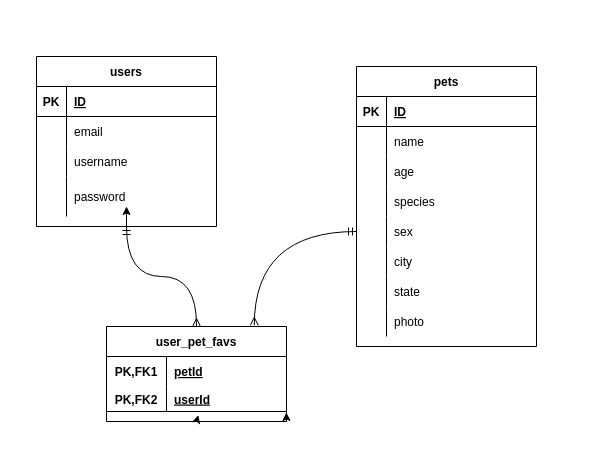
The draw.io diagram planErd.drawio in gracenarez333/walkie-doggie-proj-2, before the edit. Source tidied: cells renumbered, new cells numbered last; positions are measured from the earlier drawing's top-left corner, leaving out a move shared by most shapes. Both pictures are drawn from the tidied source at 100%, with x=0, y=0 at pixel (36, 56).
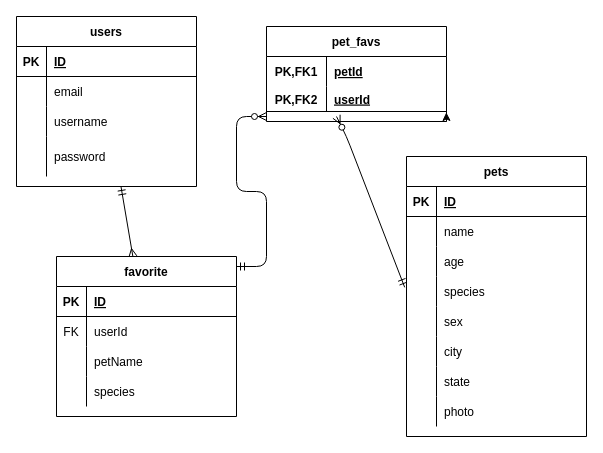
After the change.

The change refers to these unchanged cells:
```xml
<mxCell id="27" style="shape=partialRectangle;fillColor=none;top=0;left=0;bottom=0;right=0;points=[[0,0.5],[1,0.5]];portConstraint=eastwest;" parent="17" vertex="1">
  <mxGeometry y="120" width="180" height="30" as="geometry" />
</mxCell>
<mxCell id="30" style="shape=partialRectangle;fillColor=none;top=0;left=0;bottom=0;right=0;points=[[0,0.5],[1,0.5]];portConstraint=eastwest;" parent="17" vertex="1">
  <mxGeometry y="150" width="180" height="30" as="geometry" />
</mxCell>
<mxCell id="46" style="shape=partialRectangle;fillColor=none;top=0;left=0;bottom=1;right=0;points=[[0,0.5],[1,0.5]];portConstraint=eastwest;" parent="42" vertex="1">
  <mxGeometry y="60" width="180" height="25" as="geometry" />
</mxCell>
```

Change to the diagram source:
```diff
@@
-    <mxCell id="2" style="edgeStyle=none;html=1;exitX=0.5;exitY=1;exitDx=0;exitDy=0;" parent="1" edge="1" source="4">
-      <mxGeometry relative="1" as="geometry">
-        <mxPoint x="90" y="150" as="targetPoint" />
-      </mxGeometry>
-    </mxCell>
-    <mxCell id="3" style="edgeStyle=orthogonalEdgeStyle;html=1;exitX=0.5;exitY=1;exitDx=0;exitDy=0;startArrow=ERmandOne;startFill=0;endArrow=ERmany;endFill=0;curved=1;" parent="1" edge="1" source="4">
-      <mxGeometry relative="1" as="geometry">
-        <mxPoint x="160" y="270" as="targetPoint" />
-      </mxGeometry>
-    </mxCell>
+    <mxCell id="52" style="edgeStyle=none;html=1;startArrow=ERmandOne;startFill=0;endArrow=ERmany;endFill=0;" parent="1" edge="1" source="4" target="53">
+      <mxGeometry relative="1" as="geometry" />
+    </mxCell>
     <mxCell id="4" value="users" style="shape=table;startSize=30;childLayout=tableLayout;rowLines=0;fontStyle=1;align=center;" parent="1" vertex="1">
-      <mxGeometry width="180" height="170" as="geometry" />
+      <mxGeometry x="-20" y="-40" width="180" height="170" as="geometry" />
     </mxCell>
@@
     <mxCell id="17" value="pets" style="shape=table;startSize=30;childLayout=tableLayout;rowLines=0;fontStyle=1;align=center;" parent="1" vertex="1">
-      <mxGeometry x="320" y="10" width="180" height="280" as="geometry" />
+      <mxGeometry x="370" y="100" width="180" height="280" as="geometry" />
     </mxCell>
@@
-    <mxCell id="42" value="user_pet_favs" style="shape=table;startSize=30;childLayout=tableLayout;rowLines=0;fontStyle=1;align=center;" parent="1" vertex="1">
-      <mxGeometry x="70" y="270" width="180" height="95" as="geometry" />
+    <mxCell id="42" value="pet_favs" style="shape=table;startSize=30;childLayout=tableLayout;rowLines=0;fontStyle=1;align=center;" parent="1" vertex="1">
+      <mxGeometry x="230" y="-30" width="180" height="95" as="geometry" />
     </mxCell>
@@
-    <mxCell id="49" style="edgeStyle=none;html=1;exitX=0.5;exitY=1;exitDx=0;exitDy=0;entryX=0.51;entryY=1.139;entryDx=0;entryDy=0;entryPerimeter=0;" parent="42" edge="1" source="42" target="46">
-      <mxGeometry relative="1" as="geometry" />
-    </mxCell>
@@
-    <mxCell id="51" style="edgeStyle=orthogonalEdgeStyle;curved=1;html=1;exitX=0;exitY=0.5;exitDx=0;exitDy=0;entryX=0.821;entryY=-0.012;entryDx=0;entryDy=0;entryPerimeter=0;startArrow=ERmandOne;startFill=0;endArrow=ERmany;endFill=0;" parent="1" edge="1" source="30" target="42">
-      <mxGeometry relative="1" as="geometry" />
-    </mxCell>
+    <mxCell id="53" value="favorite" style="shape=table;startSize=30;childLayout=tableLayout;rowLines=0;fontStyle=1;align=center;swimlaneFillColor=default;" parent="1" vertex="1">
+      <mxGeometry x="20" y="200" width="180" height="160" as="geometry" />
+    </mxCell>
+    <mxCell id="54" style="shape=partialRectangle;fillColor=none;top=0;left=0;bottom=1;right=0;" parent="53" vertex="1">
+      <mxGeometry y="30" width="180" height="30" as="geometry" />
+    </mxCell>
+    <mxCell id="55" value="PK" style="shape=partialRectangle;fillColor=none;top=0;left=0;bottom=0;right=0;fontStyle=1;overflow=hidden;" parent="54" vertex="1">
+      <mxGeometry width="30" height="30" as="geometry" />
+    </mxCell>
+    <mxCell id="56" value="ID" style="shape=partialRectangle;fillColor=none;top=0;left=0;bottom=0;right=0;align=left;spacingLeft=6;fontStyle=5;overflow=hidden;" parent="54" vertex="1">
+      <mxGeometry x="30" width="150" height="30" as="geometry" />
+    </mxCell>
+    <mxCell id="57" style="shape=partialRectangle;fillColor=none;top=0;left=0;bottom=0;right=0;" parent="53" vertex="1">
+      <mxGeometry y="60" width="180" height="30" as="geometry" />
+    </mxCell>
+    <mxCell id="58" value="FK" style="shape=partialRectangle;fillColor=none;top=0;left=0;bottom=0;right=0;overflow=hidden;" parent="57" vertex="1">
+      <mxGeometry width="30" height="30" as="geometry" />
+    </mxCell>
+    <mxCell id="59" value="userId" style="shape=partialRectangle;fillColor=none;top=0;left=0;bottom=0;right=0;align=left;spacingLeft=6;overflow=hidden;" parent="57" vertex="1">
+      <mxGeometry x="30" width="150" height="30" as="geometry" />
+    </mxCell>
+    <mxCell id="60" style="shape=partialRectangle;fillColor=none;top=0;left=0;bottom=0;right=0;" parent="53" vertex="1">
+      <mxGeometry y="90" width="180" height="30" as="geometry" />
+    </mxCell>
+    <mxCell id="61" style="shape=partialRectangle;fillColor=none;top=0;left=0;bottom=0;right=0;overflow=hidden;" parent="60" vertex="1">
+      <mxGeometry width="30" height="30" as="geometry" />
+    </mxCell>
+    <mxCell id="62" value="petName" style="shape=partialRectangle;fillColor=none;top=0;left=0;bottom=0;right=0;align=left;spacingLeft=6;overflow=hidden;" parent="60" vertex="1">
+      <mxGeometry x="30" width="150" height="30" as="geometry" />
+    </mxCell>
+    <mxCell id="63" style="shape=partialRectangle;fillColor=none;top=0;left=0;bottom=0;right=0;" parent="53" vertex="1">
+      <mxGeometry y="120" width="180" height="30" as="geometry" />
+    </mxCell>
+    <mxCell id="64" style="shape=partialRectangle;fillColor=none;top=0;left=0;bottom=0;right=0;overflow=hidden;" parent="63" vertex="1">
+      <mxGeometry width="30" height="30" as="geometry" />
+    </mxCell>
+    <mxCell id="65" value="species" style="shape=partialRectangle;fillColor=none;top=0;left=0;bottom=0;right=0;align=left;spacingLeft=6;overflow=hidden;" parent="63" vertex="1">
+      <mxGeometry x="30" width="150" height="30" as="geometry" />
+    </mxCell>
+    <mxCell id="66" style="edgeStyle=entityRelationEdgeStyle;fontSize=12;html=1;endArrow=ERzeroToMany;endFill=1;startArrow=ERmandOne;startFill=0;" parent="1" edge="1">
+      <mxGeometry relative="1" as="geometry">
+        <mxPoint x="200" y="210" as="sourcePoint" />
+        <mxPoint x="230" y="60" as="targetPoint" />
+      </mxGeometry>
+    </mxCell>
+    <mxCell id="67" style="fontSize=12;html=1;endArrow=ERzeroToMany;startArrow=ERmandOne;exitX=-0.01;exitY=0.361;exitDx=0;exitDy=0;exitPerimeter=0;" parent="1" edge="1" source="27">
+      <mxGeometry relative="1" as="geometry">
+        <mxPoint x="300" y="60" as="targetPoint" />
+        <Array as="points">
+          <mxPoint x="310" y="80" />
+        </Array>
+      </mxGeometry>
+    </mxCell>
```
